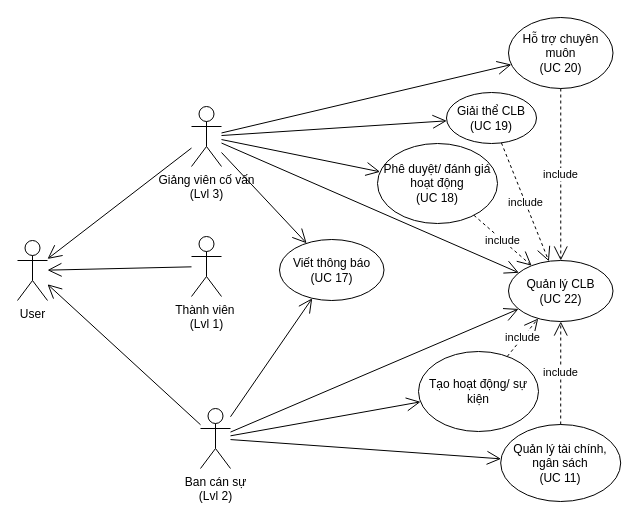
This is page "Use case 2" (2 of 3) of Diagram.drawio from DnhTrn/finall_project, a draw.io file, before an edit. Source tidied: cells renumbered, new cells numbered last; positions are measured from the earlier drawing's top-left corner, leaving out a move shared by most shapes. Both pictures are drawn from the tidied source at 100%, with x=0, y=0 at pixel (17, 17).
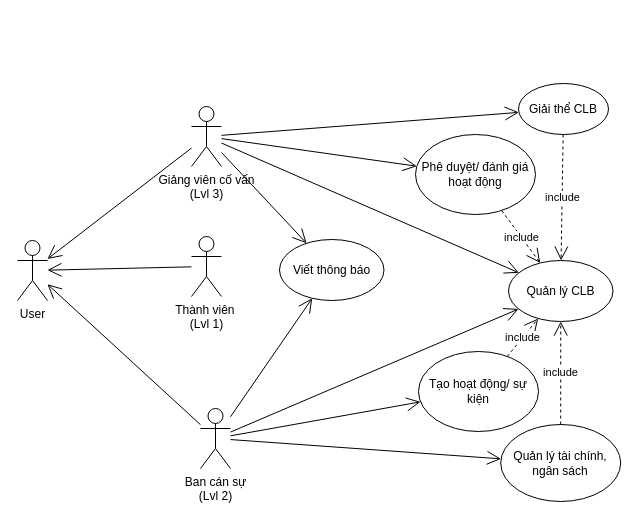
The same diagram, later.

Unchanged cells that the change refers to:
```xml
<mxCell id="3" value="&lt;div&gt;Giảng viên cố vấn&lt;/div&gt;&lt;div&gt;(Lvl 3)&lt;/div&gt;" style="shape=umlActor;verticalLabelPosition=bottom;verticalAlign=top;html=1;outlineConnect=0;" parent="1" vertex="1">
  <mxGeometry x="174" y="89" width="30" height="60" as="geometry" />
</mxCell>
```

What changed in the source:
```diff
@@
-    <mxCell id="4" value="Quản lý CLB&lt;div&gt;(UC 22)&lt;/div&gt;" style="ellipse;whiteSpace=wrap;html=1;" parent="1" vertex="1">
+    <mxCell id="4" value="Quản lý CLB" style="ellipse;whiteSpace=wrap;html=1;" parent="1" vertex="1">
       <mxGeometry x="491" y="243" width="104.5" height="61" as="geometry" />
     </mxCell>
@@
-    <mxCell id="10" value="Viết thông báo&lt;div&gt;(UC 17)&lt;/div&gt;" style="ellipse;whiteSpace=wrap;html=1;" parent="1" vertex="1">
+    <mxCell id="10" value="Viết thông báo" style="ellipse;whiteSpace=wrap;html=1;" parent="1" vertex="1">
       <mxGeometry x="262" y="222" width="104.5" height="61" as="geometry" />
     </mxCell>
@@
-    <mxCell id="13" value="Giải thể CLB&lt;div&gt;(UC 19)&lt;/div&gt;" style="ellipse;whiteSpace=wrap;html=1;" parent="1" vertex="1">
-      <mxGeometry x="429" y="75" width="90" height="51" as="geometry" />
+    <mxCell id="13" value="Giải thể CLB" style="ellipse;whiteSpace=wrap;html=1;" parent="1" vertex="1">
+      <mxGeometry x="501" y="66" width="90" height="51" as="geometry" />
     </mxCell>
-    <mxCell id="14" value="Hỗ trợ chuyên muôn&lt;div&gt;(UC 20)&lt;/div&gt;" style="ellipse;whiteSpace=wrap;html=1;" parent="1" vertex="1">
-      <mxGeometry x="491" width="104.5" height="71" as="geometry" />
-    </mxCell>
-    <mxCell id="15" value="Phê duyệt/ đánh giá hoạt động&lt;div&gt;(UC 18)&lt;/div&gt;" style="ellipse;whiteSpace=wrap;html=1;" parent="1" vertex="1">
-      <mxGeometry x="360" y="126" width="120" height="80" as="geometry" />
+    <mxCell id="15" value="Phê duyệt/ đánh giá hoạt động" style="ellipse;whiteSpace=wrap;html=1;" parent="1" vertex="1">
+      <mxGeometry x="398" y="117" width="120" height="80" as="geometry" />
     </mxCell>
@@
-    <mxCell id="18" value="include" style="endArrow=open;endSize=12;dashed=1;html=1;rounded=0;" parent="1" edge="1" source="14" target="4">
-      <mxGeometry relative="1" as="geometry" />
-    </mxCell>
@@
-    <mxCell id="21" style="endArrow=open;endFill=1;endSize=12;html=1;rounded=0;" parent="1" edge="1" source="3" target="14">
-      <mxGeometry relative="1" as="geometry" />
-    </mxCell>
@@
-    <mxCell id="26" value="Quản lý tài chính,&lt;div&gt;&lt;span style=&quot;background-color: initial;&quot;&gt;ngân sách&lt;/span&gt;&lt;/div&gt;&lt;div&gt;&lt;span style=&quot;background-color: initial;&quot;&gt;(UC 11)&lt;/span&gt;&lt;/div&gt;" style="ellipse;whiteSpace=wrap;html=1;" parent="1" vertex="1">
+    <mxCell id="26" value="Quản lý tài chính,&lt;div&gt;&lt;span style=&quot;background-color: initial;&quot;&gt;ngân sách&lt;/span&gt;&lt;/div&gt;" style="ellipse;whiteSpace=wrap;html=1;" parent="1" vertex="1">
       <mxGeometry x="483.2" y="407" width="120" height="77" as="geometry" />
     </mxCell>
```
